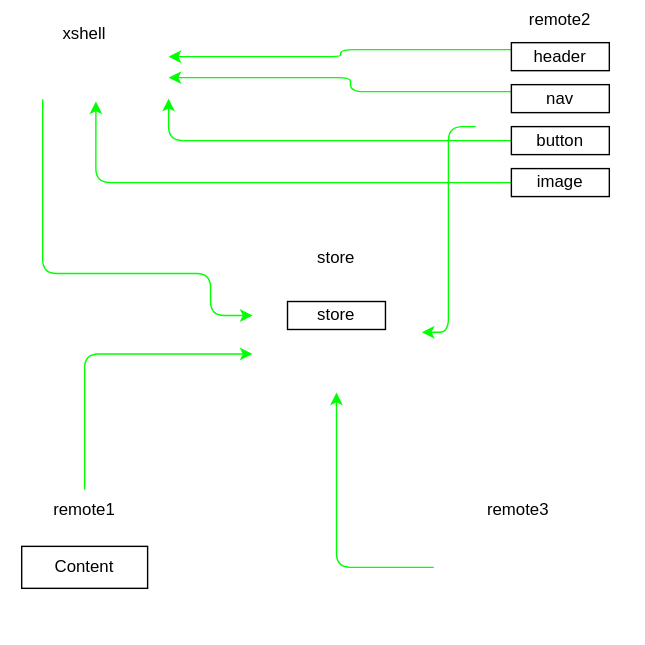
Earlier version of the draw.io export architecture.dio.svg (jozemario/training-nodejs). Source tidied: cells renumbered, new cells last; positions are measured from the earlier drawing's top-left corner, leaving out a move shared by most shapes.
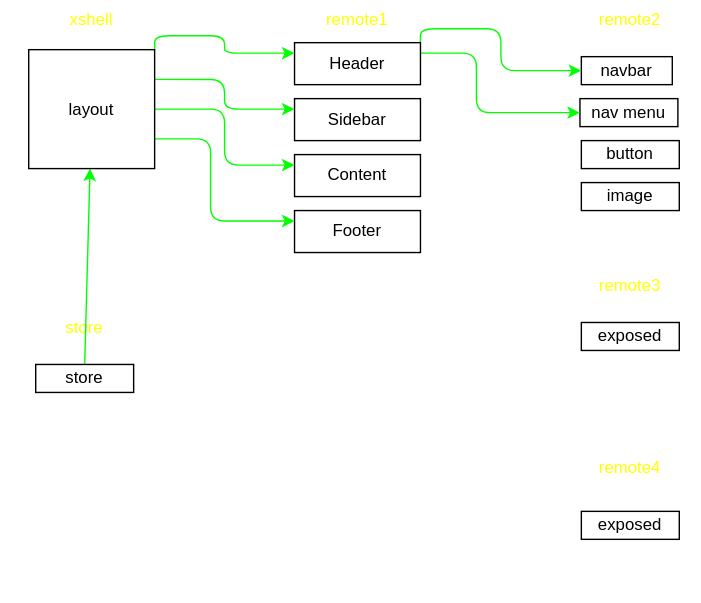
The same diagram one commit later.

Commit message:
building remote structure

Diff of the diagram source:
```diff
@@ -2,78 +2,90 @@
   <root>
     <mxCell id="0" />
     <mxCell id="1" parent="0" />
-    <mxCell id="2" value="store" style="rounded=0;whiteSpace=wrap;html=1;verticalAlign=top;fillColor=none;strokeColor=#FFFFFF;glass=0;shadow=0;" parent="1" vertex="1">
-      <mxGeometry x="180" y="170" width="120" height="110" as="geometry" />
+    <mxCell id="2" value="&lt;font color=&quot;#ffff00&quot;&gt;store&lt;/font&gt;" style="rounded=0;whiteSpace=wrap;html=1;verticalAlign=top;fillColor=none;strokeColor=#FFFFFF;glass=0;shadow=0;" parent="1" vertex="1">
+      <mxGeometry x="-40" y="230" width="100" height="90" as="geometry" />
     </mxCell>
-    <mxCell id="3" style="edgeStyle=orthogonalEdgeStyle;html=1;entryX=0;entryY=0.5;entryDx=0;entryDy=0;elbow=vertical;fillColor=#60a917;strokeColor=#00FF00;" parent="1" edge="1" source="4" target="2">
-      <mxGeometry relative="1" as="geometry">
-        <Array as="points">
-          <mxPoint x="30" y="195" />
-          <mxPoint x="150" y="195" />
-          <mxPoint x="150" y="225" />
-        </Array>
-      </mxGeometry>
-    </mxCell>
-    <mxCell id="4" value="xshell" style="rounded=0;whiteSpace=wrap;html=1;verticalAlign=top;fillColor=none;strokeColor=#FFFFFF;glass=0;shadow=0;" parent="1" vertex="1">
-      <mxGeometry y="10" width="120" height="60" as="geometry" />
+    <mxCell id="4" value="&lt;font color=&quot;#ffff00&quot;&gt;xshell&lt;/font&gt;" style="rounded=0;whiteSpace=wrap;html=1;verticalAlign=top;fillColor=none;strokeColor=#FFFFFF;glass=0;shadow=0;" parent="1" vertex="1">
+      <mxGeometry x="-50" y="10" width="130" height="160" as="geometry" />
     </mxCell>
-    <mxCell id="5" style="edgeStyle=orthogonalEdgeStyle;html=1;entryX=1.008;entryY=0.609;entryDx=0;entryDy=0;entryPerimeter=0;elbow=vertical;fillColor=#60a917;strokeColor=#00FF00;" parent="1" edge="1" source="6" target="2">
-      <mxGeometry relative="1" as="geometry" />
-    </mxCell>
-    <mxCell id="6" value="remote2" style="rounded=0;whiteSpace=wrap;html=1;verticalAlign=top;fillColor=none;strokeColor=#FFFFFF;glass=0;shadow=0;" parent="1" vertex="1">
-      <mxGeometry x="340" width="120" height="180" as="geometry" />
+    <mxCell id="6" value="&lt;font color=&quot;#ffff00&quot;&gt;remote2&lt;/font&gt;" style="rounded=0;whiteSpace=wrap;html=1;verticalAlign=top;fillColor=none;strokeColor=#FFFFFF;glass=0;shadow=0;" parent="1" vertex="1">
+      <mxGeometry x="350" y="10" width="100" height="170" as="geometry" />
     </mxCell>
-    <mxCell id="7" style="edgeStyle=orthogonalEdgeStyle;html=1;exitX=0;exitY=0.25;exitDx=0;exitDy=0;elbow=vertical;fillColor=#60a917;strokeColor=#00FF00;" parent="1" edge="1" source="8" target="4">
-      <mxGeometry relative="1" as="geometry">
-        <Array as="points">
-          <mxPoint x="243" y="35" />
-          <mxPoint x="243" y="40" />
-        </Array>
-      </mxGeometry>
-    </mxCell>
-    <mxCell id="8" value="header" style="rounded=0;whiteSpace=wrap;html=1;" parent="1" vertex="1">
-      <mxGeometry x="365" y="30" width="70" height="20" as="geometry" />
+    <mxCell id="8" value="navbar" style="rounded=0;whiteSpace=wrap;html=1;" parent="1" vertex="1">
+      <mxGeometry x="365" y="50" width="65" height="20" as="geometry" />
     </mxCell>
+    <mxCell id="21" style="edgeStyle=none;html=1;exitX=0.5;exitY=0;exitDx=0;exitDy=0;fontColor=#FFFF00;strokeColor=#00FF00;" parent="1" edge="1" source="9" target="34">
+      <mxGeometry relative="1" as="geometry" />
+    </mxCell>
     <mxCell id="9" value="store" style="rounded=0;whiteSpace=wrap;html=1;" parent="1" vertex="1">
-      <mxGeometry x="205" y="215" width="70" height="20" as="geometry" />
+      <mxGeometry x="-25" y="270" width="70" height="20" as="geometry" />
     </mxCell>
-    <mxCell id="10" style="edgeStyle=orthogonalEdgeStyle;html=1;exitX=0.5;exitY=0;exitDx=0;exitDy=0;entryX=0;entryY=0.75;entryDx=0;entryDy=0;elbow=vertical;fillColor=#60a917;strokeColor=#00FF00;" parent="1" edge="1" source="11" target="2">
-      <mxGeometry relative="1" as="geometry" />
-    </mxCell>
-    <mxCell id="11" value="remote1" style="rounded=0;whiteSpace=wrap;html=1;verticalAlign=top;fillColor=none;strokeColor=#FFFFFF;glass=0;shadow=0;" parent="1" vertex="1">
-      <mxGeometry y="350" width="120" height="110" as="geometry" />
+    <mxCell id="11" value="&lt;font color=&quot;#ffff00&quot;&gt;remote1&lt;/font&gt;" style="rounded=0;whiteSpace=wrap;html=1;verticalAlign=top;fillColor=none;strokeColor=#FFFFFF;glass=0;shadow=0;" parent="1" vertex="1">
+      <mxGeometry x="140" y="10" width="130" height="200" as="geometry" />
     </mxCell>
-    <mxCell id="12" style="edgeStyle=orthogonalEdgeStyle;html=1;fillColor=#60a917;strokeColor=#00FF00;" parent="1" edge="1" source="13" target="2">
-      <mxGeometry relative="1" as="geometry" />
-    </mxCell>
-    <mxCell id="13" value="remote3" style="rounded=0;whiteSpace=wrap;html=1;verticalAlign=top;fillColor=none;strokeColor=#FFFFFF;glass=0;shadow=0;" parent="1" vertex="1">
-      <mxGeometry x="310" y="350" width="120" height="110" as="geometry" />
+    <mxCell id="13" value="&lt;font color=&quot;#ffff00&quot;&gt;remote3&lt;/font&gt;" style="rounded=0;whiteSpace=wrap;html=1;verticalAlign=top;fillColor=none;strokeColor=#FFFFFF;glass=0;shadow=0;" parent="1" vertex="1">
+      <mxGeometry x="350" y="200" width="100" height="110" as="geometry" />
     </mxCell>
-    <mxCell id="14" style="edgeStyle=orthogonalEdgeStyle;html=1;exitX=0;exitY=0.25;exitDx=0;exitDy=0;entryX=1;entryY=0.75;entryDx=0;entryDy=0;elbow=vertical;fillColor=#60a917;strokeColor=#00FF00;" parent="1" edge="1" source="15" target="4">
-      <mxGeometry relative="1" as="geometry">
-        <Array as="points">
-          <mxPoint x="250" y="65" />
-          <mxPoint x="250" y="55" />
-        </Array>
-      </mxGeometry>
-    </mxCell>
-    <mxCell id="15" value="nav" style="rounded=0;whiteSpace=wrap;html=1;" parent="1" vertex="1">
-      <mxGeometry x="365" y="60" width="70" height="20" as="geometry" />
+    <mxCell id="15" value="nav menu" style="rounded=0;whiteSpace=wrap;html=1;" parent="1" vertex="1">
+      <mxGeometry x="364" y="80" width="70" height="20" as="geometry" />
     </mxCell>
+    <mxCell id="22" style="edgeStyle=orthogonalEdgeStyle;html=1;exitX=1;exitY=0;exitDx=0;exitDy=0;entryX=0;entryY=0.5;entryDx=0;entryDy=0;fontColor=#FFFF00;strokeColor=#00FF00;" parent="1" edge="1" source="16" target="8">
+      <mxGeometry relative="1" as="geometry" />
+    </mxCell>
+    <mxCell id="23" style="edgeStyle=orthogonalEdgeStyle;html=1;exitX=1;exitY=0.25;exitDx=0;exitDy=0;entryX=0;entryY=0.5;entryDx=0;entryDy=0;fontColor=#FFFF00;strokeColor=#00FF00;" parent="1" edge="1" source="16" target="15">
+      <mxGeometry relative="1" as="geometry">
+        <Array as="points">
+          <mxPoint x="290" y="48" />
+          <mxPoint x="290" y="90" />
+        </Array>
+      </mxGeometry>
+    </mxCell>
-    <mxCell id="16" value="Content&lt;br&gt;" style="rounded=0;whiteSpace=wrap;html=1;" parent="1" vertex="1">
-      <mxGeometry x="15" y="390" width="90" height="30" as="geometry" />
+    <mxCell id="16" value="Header" style="rounded=0;whiteSpace=wrap;html=1;" parent="1" vertex="1">
+      <mxGeometry x="160" y="40" width="90" height="30" as="geometry" />
     </mxCell>
-    <mxCell id="17" style="edgeStyle=orthogonalEdgeStyle;html=1;exitX=0;exitY=0.5;exitDx=0;exitDy=0;entryX=1;entryY=1;entryDx=0;entryDy=0;elbow=vertical;fillColor=#60a917;strokeColor=#00FF00;" parent="1" edge="1" source="18" target="4">
-      <mxGeometry relative="1" as="geometry" />
-    </mxCell>
     <mxCell id="18" value="button" style="rounded=0;whiteSpace=wrap;html=1;" parent="1" vertex="1">
-      <mxGeometry x="365" y="90" width="70" height="20" as="geometry" />
+      <mxGeometry x="365" y="110" width="70" height="20" as="geometry" />
     </mxCell>
-    <mxCell id="19" style="edgeStyle=orthogonalEdgeStyle;html=1;exitX=0;exitY=0.5;exitDx=0;exitDy=0;entryX=0.567;entryY=1.033;entryDx=0;entryDy=0;entryPerimeter=0;elbow=vertical;fillColor=#60a917;strokeColor=#00FF00;" parent="1" edge="1" source="20" target="4">
-      <mxGeometry relative="1" as="geometry" />
-    </mxCell>
     <mxCell id="20" value="image" style="rounded=0;whiteSpace=wrap;html=1;" parent="1" vertex="1">
-      <mxGeometry x="365" y="120" width="70" height="20" as="geometry" />
+      <mxGeometry x="365" y="140" width="70" height="20" as="geometry" />
     </mxCell>
+    <mxCell id="24" value="Content&lt;br&gt;" style="rounded=0;whiteSpace=wrap;html=1;" parent="1" vertex="1">
+      <mxGeometry x="160" y="120" width="90" height="30" as="geometry" />
+    </mxCell>
+    <mxCell id="25" value="Footer" style="rounded=0;whiteSpace=wrap;html=1;" parent="1" vertex="1">
+      <mxGeometry x="160" y="160" width="90" height="30" as="geometry" />
+    </mxCell>
+    <mxCell id="26" value="Sidebar" style="rounded=0;whiteSpace=wrap;html=1;rotation=0;" parent="1" vertex="1">
+      <mxGeometry x="160" y="80" width="90" height="30" as="geometry" />
+    </mxCell>
+    <mxCell id="27" value="exposed" style="rounded=0;whiteSpace=wrap;html=1;" parent="1" vertex="1">
+      <mxGeometry x="365" y="375" width="70" height="20" as="geometry" />
+    </mxCell>
+    <mxCell id="28" value="&lt;font color=&quot;#ffff00&quot;&gt;remote4&lt;br&gt;&lt;/font&gt;" style="rounded=0;whiteSpace=wrap;html=1;verticalAlign=top;fillColor=none;strokeColor=#FFFFFF;glass=0;shadow=0;" parent="1" vertex="1">
+      <mxGeometry x="350" y="330" width="100" height="110" as="geometry" />
+    </mxCell>
+    <mxCell id="29" value="exposed" style="rounded=0;whiteSpace=wrap;html=1;" parent="1" vertex="1">
+      <mxGeometry x="365" y="240" width="70" height="20" as="geometry" />
+    </mxCell>
+    <mxCell id="30" style="edgeStyle=orthogonalEdgeStyle;html=1;exitX=1;exitY=0;exitDx=0;exitDy=0;entryX=0;entryY=0.25;entryDx=0;entryDy=0;fontColor=#FFFF00;strokeColor=#00FF00;" parent="1" edge="1" source="34" target="16">
+      <mxGeometry relative="1" as="geometry" />
+    </mxCell>
+    <mxCell id="31" style="edgeStyle=orthogonalEdgeStyle;html=1;exitX=1;exitY=0.25;exitDx=0;exitDy=0;entryX=0;entryY=0.25;entryDx=0;entryDy=0;fontColor=#FFFF00;strokeColor=#00FF00;" parent="1" edge="1" source="34" target="26">
+      <mxGeometry relative="1" as="geometry" />
+    </mxCell>
+    <mxCell id="32" style="edgeStyle=orthogonalEdgeStyle;html=1;exitX=1;exitY=0.5;exitDx=0;exitDy=0;entryX=0;entryY=0.25;entryDx=0;entryDy=0;fontColor=#FFFF00;strokeColor=#00FF00;" parent="1" edge="1" source="34" target="24">
+      <mxGeometry relative="1" as="geometry" />
+    </mxCell>
+    <mxCell id="33" style="edgeStyle=orthogonalEdgeStyle;html=1;exitX=1;exitY=0.75;exitDx=0;exitDy=0;entryX=0;entryY=0.25;entryDx=0;entryDy=0;fontColor=#FFFF00;strokeColor=#00FF00;" parent="1" edge="1" source="34" target="25">
+      <mxGeometry relative="1" as="geometry">
+        <Array as="points">
+          <mxPoint x="100" y="109" />
+          <mxPoint x="100" y="168" />
+        </Array>
+      </mxGeometry>
+    </mxCell>
+    <mxCell id="34" value="layout" style="rounded=0;whiteSpace=wrap;html=1;" parent="1" vertex="1">
+      <mxGeometry x="-30" y="45" width="90" height="85" as="geometry" />
+    </mxCell>
   </root>
 </mxGraphModel>
```
